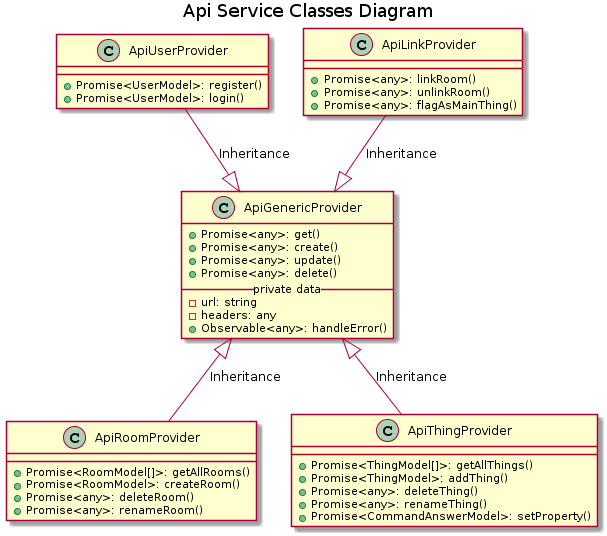
Kadaiser/Memoria-de-Trabajo-de-Fin-de-Grado keeps this PlantUML diagram as figures/diagrams/front/architecture/api-services.png. Above is the earlier version. The source it was exported from:
```plantuml
@startuml
title Api Service Classes Diagram

class ApiGenericProvider {
  +Promise<any>: get()
  +Promise<any>: create()
  +Promise<any>: update()
  +Promise<any>: delete()
  __ private data __
  - url: string
  - headers: any
  +Observable<any>: handleError()
}

class ApiRoomProvider {
  +Promise<RoomModel[]>: getAllRooms()
  +Promise<RoomModel>: createRoom()
  +Promise<any>: deleteRoom()
  +Promise<any>: renameRoom()
}

class ApiThingProvider {
  +Promise<ThingModel[]>: getAllThings()
  +Promise<ThingModel>: addThing()
  +Promise<any>: deleteThing()
  +Promise<any>: renameThing()
  +Promise<CommandAnswerModel>: setProperty()
}

class ApiLinkProvider {
  +Promise<any>: linkRoom()
  +Promise<any>: unlinkRoom()
  +Promise<any>: flagAsMainThing()
}

class ApiUserProvider {
  +Promise<UserModel>: register()
  +Promise<UserModel>: login()
}

ApiGenericProvider <|-down- ApiRoomProvider: Inheritance
ApiGenericProvider <|-down- ApiThingProvider: Inheritance
ApiGenericProvider <|-up- ApiLinkProvider: Inheritance
ApiGenericProvider <|-up- ApiUserProvider: Inheritance
@enduml
```
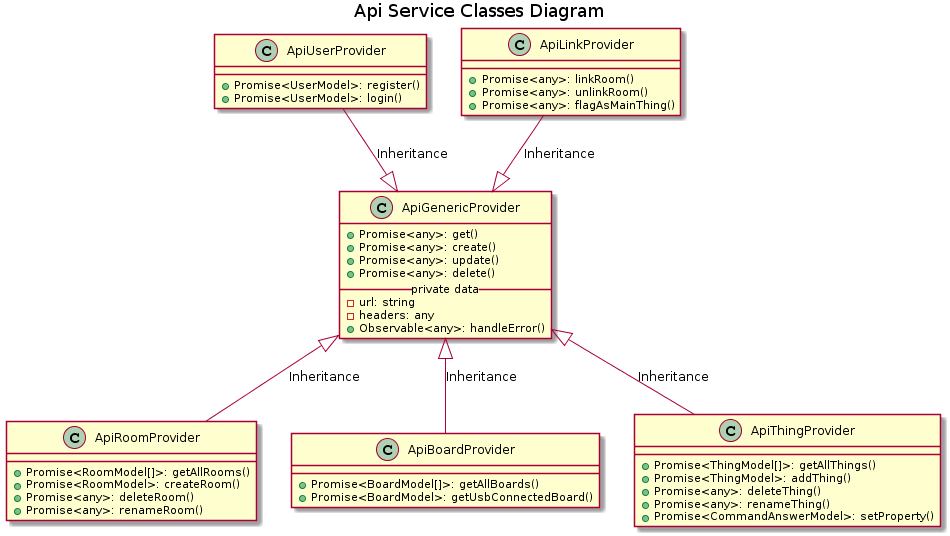
The same file after the commit.

What changed in the source:
```diff
@@ -18,6 +18,12 @@
   +Promise<any>: deleteRoom()
   +Promise<any>: renameRoom()
 }
+
+class ApiBoardProvider {
+  +Promise<BoardModel[]>: getAllBoards()
+  +Promise<BoardModel>: getUsbConnectedBoard()
+}
+
 
 class ApiThingProvider {
   +Promise<ThingModel[]>: getAllThings()
@@ -40,6 +46,7 @@
 
 ApiGenericProvider <|-down- ApiRoomProvider: Inheritance
 ApiGenericProvider <|-down- ApiThingProvider: Inheritance
+ApiGenericProvider <|-down- ApiBoardProvider: Inheritance
 ApiGenericProvider <|-up- ApiLinkProvider: Inheritance
 ApiGenericProvider <|-up- ApiUserProvider: Inheritance
 @enduml
```
